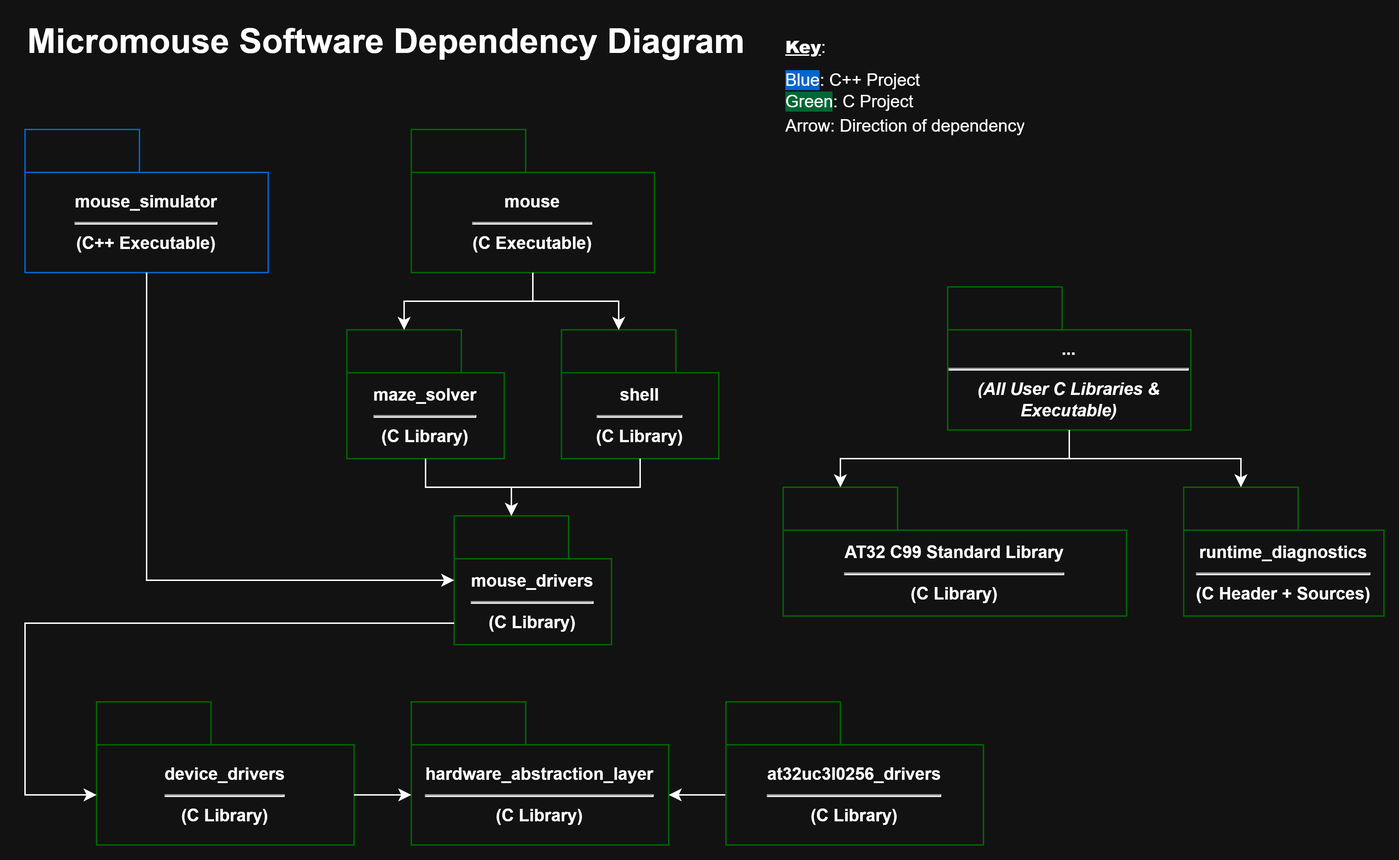
The draw.io diagram software-architecture/_images/software-architecture.drawio.png in Mouse-Unit-07/sketches, before a commit. Source tidied: cells renumbered, new cells last; positions are measured from the earlier drawing's top-left corner, leaving out a move shared by most shapes.
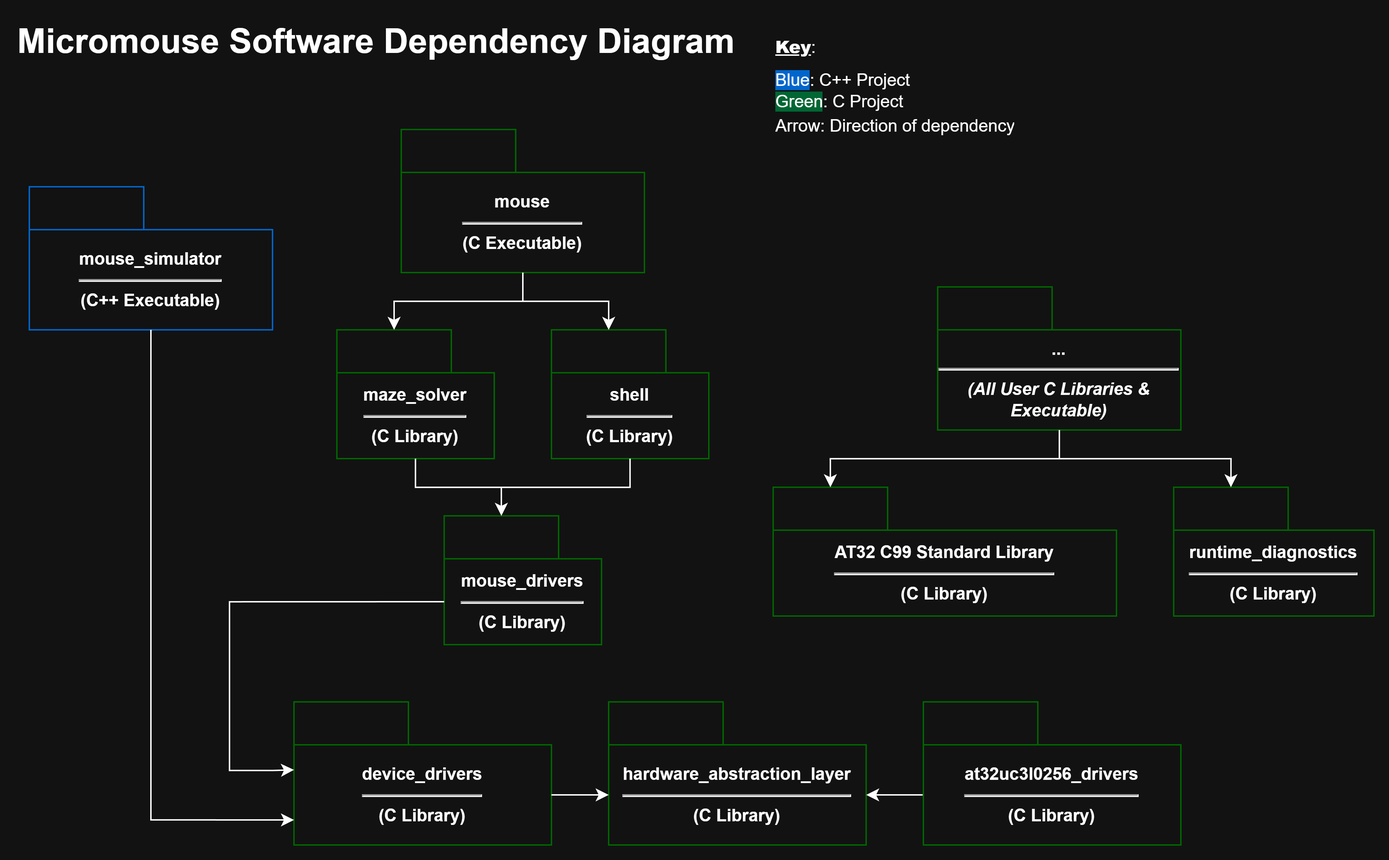
After the commit.

Commit message:
docs: update software sketch post device drivers completion

Diff of the diagram source:
```diff
@@ -3,10 +3,10 @@
     <mxCell id="0" />
     <mxCell id="1" parent="0" />
     <mxCell id="2" value="device_drivers&lt;div&gt;&lt;hr&gt;&lt;/div&gt;&lt;div&gt;(C Library)&lt;/div&gt;" style="shape=folder;fontStyle=1;tabWidth=80;tabHeight=30;tabPosition=left;html=1;boundedLbl=1;whiteSpace=wrap;strokeColor=#006600;" parent="1" vertex="1">
-      <mxGeometry x="50" y="480" width="180" height="100" as="geometry" />
+      <mxGeometry x="195" y="480" width="180" height="100" as="geometry" />
     </mxCell>
     <mxCell id="3" value="&lt;div&gt;hardware_abstraction_layer&lt;/div&gt;&lt;div&gt;&lt;hr&gt;&lt;/div&gt;&lt;div&gt;(C Library)&lt;/div&gt;" style="shape=folder;fontStyle=1;tabWidth=80;tabHeight=30;tabPosition=left;html=1;boundedLbl=1;whiteSpace=wrap;strokeColor=#006600;" parent="1" vertex="1">
-      <mxGeometry x="270" y="480" width="180" height="100" as="geometry" />
+      <mxGeometry x="415" y="480" width="180" height="100" as="geometry" />
     </mxCell>
     <mxCell id="4" value="&lt;div&gt;mouse_drivers&lt;/div&gt;&lt;div&gt;&lt;hr&gt;&lt;/div&gt;&lt;div&gt;(C Library)&lt;/div&gt;" style="shape=folder;fontStyle=1;tabWidth=80;tabHeight=30;tabPosition=left;html=1;boundedLbl=1;whiteSpace=wrap;strokeColor=#006600;" parent="1" vertex="1">
       <mxGeometry x="300" y="350" width="110" height="90" as="geometry" />
@@ -24,16 +24,17 @@
       <mxGeometry relative="1" as="geometry" />
     </mxCell>
     <mxCell id="9" value="&lt;div&gt;at32uc3l0256_drivers&lt;/div&gt;&lt;div&gt;&lt;hr&gt;&lt;/div&gt;&lt;div&gt;(C Library)&lt;/div&gt;" style="shape=folder;fontStyle=1;tabWidth=80;tabHeight=30;tabPosition=left;html=1;boundedLbl=1;whiteSpace=wrap;strokeColor=#006600;" parent="1" vertex="1">
-      <mxGeometry x="490" y="480" width="180" height="100" as="geometry" />
+      <mxGeometry x="635" y="480" width="180" height="100" as="geometry" />
     </mxCell>
     <mxCell id="10" value="&lt;div&gt;mouse_simulator&lt;/div&gt;&lt;div&gt;&lt;hr&gt;(C++ Executable)&lt;/div&gt;" style="shape=folder;fontStyle=1;tabWidth=80;tabHeight=30;tabPosition=left;html=1;boundedLbl=1;whiteSpace=wrap;strokeColor=#0066CC;" parent="1" vertex="1">
-      <mxGeometry y="80" width="170" height="100" as="geometry" />
+      <mxGeometry x="10" y="120" width="170" height="100" as="geometry" />
     </mxCell>
-    <mxCell id="11" style="edgeStyle=orthogonalEdgeStyle;rounded=0;jettySize=auto;html=1;entryX=0;entryY=0;entryDx=0;entryDy=65;entryPerimeter=0;exitX=0;exitY=0;exitDx=0;exitDy=75;exitPerimeter=0;" parent="1" edge="1" source="4" target="2">
+    <mxCell id="11" style="edgeStyle=orthogonalEdgeStyle;rounded=0;jettySize=auto;html=1;entryX=0;entryY=0;entryDx=0;entryDy=47.5;entryPerimeter=0;exitX=0;exitY=0;exitDx=0;exitDy=60;exitPerimeter=0;" parent="1" edge="1" source="4" target="2">
       <mxGeometry relative="1" as="geometry">
         <Array as="points">
-          <mxPoint y="425" />
-          <mxPoint y="545" />
+          <mxPoint x="150" y="410" />
+          <mxPoint x="150" y="528" />
+          <mxPoint x="180" y="528" />
         </Array>
       </mxGeometry>
     </mxCell>
@@ -52,7 +53,7 @@
     <mxCell id="16" value="&lt;div&gt;AT32 C99&amp;nbsp;&lt;span style=&quot;color: light-dark(rgb(0, 0, 0), rgb(255, 255, 255)); background-color: transparent;&quot;&gt;Standard Library&lt;/span&gt;&lt;/div&gt;&lt;div&gt;&lt;hr&gt;&lt;/div&gt;&lt;div&gt;(C Library)&lt;/div&gt;" style="shape=folder;fontStyle=1;tabWidth=80;tabHeight=30;tabPosition=left;html=1;boundedLbl=1;whiteSpace=wrap;strokeColor=#006600;" parent="1" vertex="1">
       <mxGeometry x="530" y="330" width="240" height="90" as="geometry" />
     </mxCell>
-    <mxCell id="17" style="edgeStyle=orthogonalEdgeStyle;rounded=0;jettySize=auto;html=1;entryX=0;entryY=0;entryDx=0;entryDy=45;entryPerimeter=0;exitX=0.5;exitY=1;exitDx=0;exitDy=0;exitPerimeter=0;" parent="1" edge="1" source="10" target="4">
+    <mxCell id="17" style="edgeStyle=orthogonalEdgeStyle;rounded=0;jettySize=auto;html=1;exitX=0.5;exitY=1;exitDx=0;exitDy=0;exitPerimeter=0;entryX=0;entryY=0;entryDx=0;entryDy=82.5;entryPerimeter=0;" parent="1" edge="1" source="10" target="2">
       <mxGeometry relative="1" as="geometry" />
     </mxCell>
     <mxCell id="18" value="&lt;div&gt;...&lt;/div&gt;&lt;div&gt;&lt;hr&gt;&lt;/div&gt;&lt;div&gt;&lt;i&gt;(All User C Libraries &amp;amp; Executable)&lt;/i&gt;&lt;/div&gt;" style="shape=folder;fontStyle=1;tabWidth=80;tabHeight=30;tabPosition=left;html=1;boundedLbl=1;whiteSpace=wrap;strokeColor=#006600;" parent="1" vertex="1">
@@ -74,10 +75,10 @@
     </mxCell>
     <mxCell id="22" style="edgeStyle=orthogonalEdgeStyle;rounded=0;jettySize=auto;html=1;entryX=0;entryY=0;entryDx=0;entryDy=65;entryPerimeter=0;exitX=0;exitY=0;exitDx=180;exitDy=65;exitPerimeter=0;" parent="1" edge="1" source="2">
       <mxGeometry relative="1" as="geometry">
-        <mxPoint x="270" y="545" as="targetPoint" />
+        <mxPoint x="415" y="545" as="targetPoint" />
       </mxGeometry>
     </mxCell>
-    <mxCell id="23" value="&lt;div&gt;runtime_diagnostics&lt;/div&gt;&lt;div&gt;&lt;hr&gt;&lt;/div&gt;&lt;div&gt;(C Header + Sources)&lt;/div&gt;" style="shape=folder;fontStyle=1;tabWidth=80;tabHeight=30;tabPosition=left;html=1;boundedLbl=1;whiteSpace=wrap;strokeColor=#006600;" parent="1" vertex="1">
+    <mxCell id="23" value="&lt;div&gt;runtime_diagnostics&lt;/div&gt;&lt;div&gt;&lt;hr&gt;&lt;/div&gt;&lt;div&gt;(C Library)&lt;/div&gt;" style="shape=folder;fontStyle=1;tabWidth=80;tabHeight=30;tabPosition=left;html=1;boundedLbl=1;whiteSpace=wrap;strokeColor=#006600;" parent="1" vertex="1">
       <mxGeometry x="810" y="330" width="140" height="90" as="geometry" />
     </mxCell>
     <mxCell id="24" style="edgeStyle=orthogonalEdgeStyle;rounded=0;jettySize=auto;html=1;entryX=0;entryY=0;entryDx=40;entryDy=0;entryPerimeter=0;" parent="1" edge="1" source="18" target="23">
```
